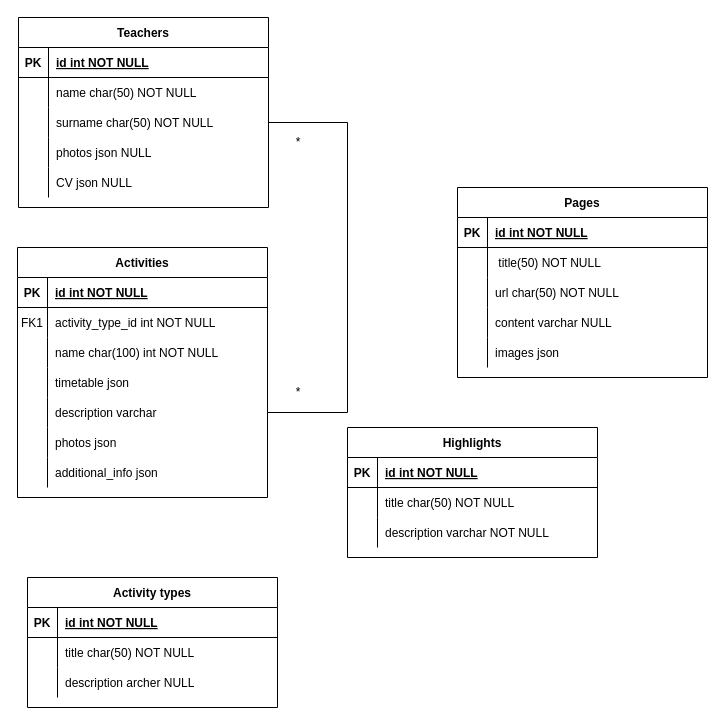
This is Диаграмма без названия.drawio from NakatoTeshika/Hypermedia-ERD, a draw.io file, before an edit. Source tidied: cells renumbered, new cells numbered last; positions are measured from the earlier drawing's top-left corner, leaving out a move shared by most shapes. Both pictures are drawn from the tidied source at 100%, with x=0, y=0 at pixel (17, 17).
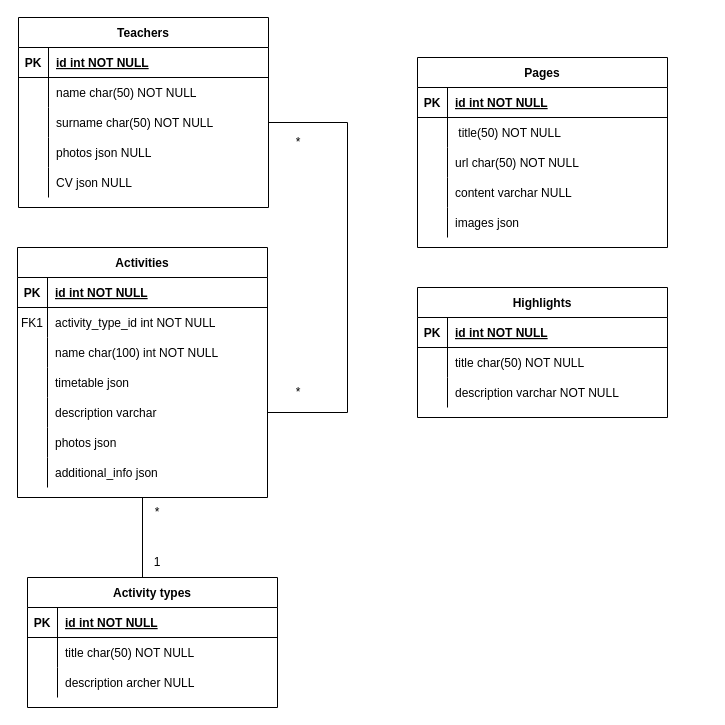
The same page after the edit.

Commit message:
HYPERMEDIA ERD

Unchanged cells that the change refers to:
```xml
<mxCell id="12" value="Activities" style="shape=table;startSize=30;childLayout=tableLayout;rowLines=0;fontStyle=1;align=center;" parent="1" vertex="1">
  <mxGeometry y="230" width="250" height="250" as="geometry" />
</mxCell>
```

The edit, as a diff of the source:
```diff
@@
     <mxCell id="50" value="Highlights" style="shape=table;startSize=30;childLayout=tableLayout;rowLines=0;fontStyle=1;align=center;" parent="1" vertex="1">
-      <mxGeometry x="330" y="410" width="250" height="130" as="geometry" />
+      <mxGeometry x="400" y="270" width="250" height="130" as="geometry" />
     </mxCell>
@@
     <mxCell id="60" value="Pages" style="shape=table;startSize=30;childLayout=tableLayout;rowLines=0;fontStyle=1;align=center;" parent="1" vertex="1">
-      <mxGeometry x="440" y="170" width="250" height="190" as="geometry" />
+      <mxGeometry x="400" y="40" width="250" height="190" as="geometry" />
     </mxCell>
@@
+    <mxCell id="79" style="edgeStyle=none;rounded=0;jettySize=auto;html=1;entryX=0.5;entryY=1;entryDx=0;entryDy=0;endArrow=none;startFill=0;" parent="1" edge="1" target="12">
+      <mxGeometry relative="1" as="geometry">
+        <mxPoint x="125" y="560" as="sourcePoint" />
+      </mxGeometry>
+    </mxCell>
+    <mxCell id="80" value="*" style="text;html=1;align=center;verticalAlign=middle;whiteSpace=wrap;rounded=0;" parent="1" vertex="1">
+      <mxGeometry x="110" y="480" width="60" height="30" as="geometry" />
+    </mxCell>
+    <mxCell id="81" value="1" style="text;html=1;align=center;verticalAlign=middle;whiteSpace=wrap;rounded=0;" parent="1" vertex="1">
+      <mxGeometry x="110" y="530" width="60" height="30" as="geometry" />
+    </mxCell>
```
